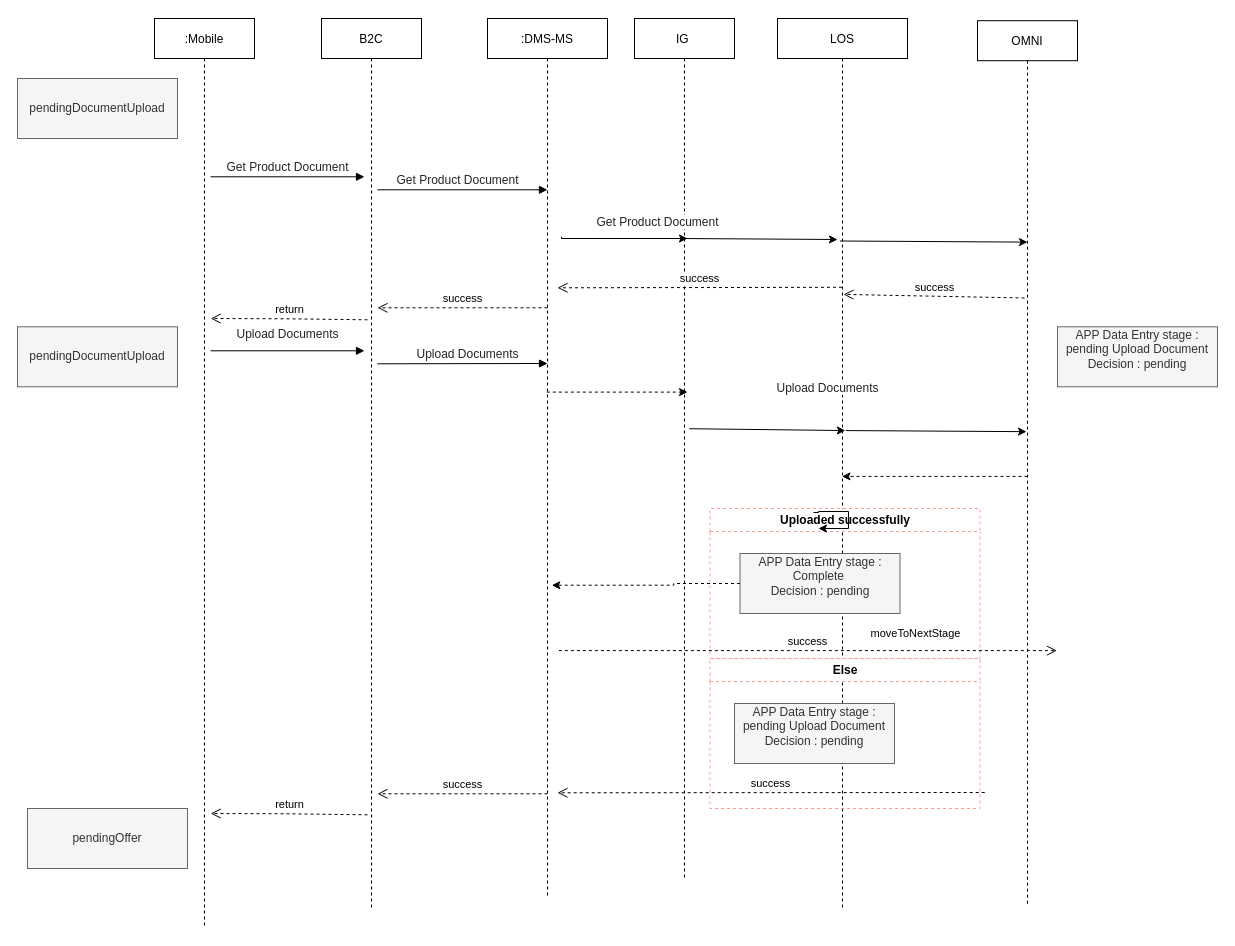
Above: page "Upload Document Flow" (14 of 18) of Migration Onboarding & origination Flow .drawio in MHosnii/DrawIo (draw.io), before the change. Source tidied: cells renumbered, new cells numbered last; positions are measured from the earlier drawing's top-left corner, leaving out a move shared by most shapes. Both pictures are drawn from the tidied source at 100%, with x=0, y=0 at pixel (17, 18).
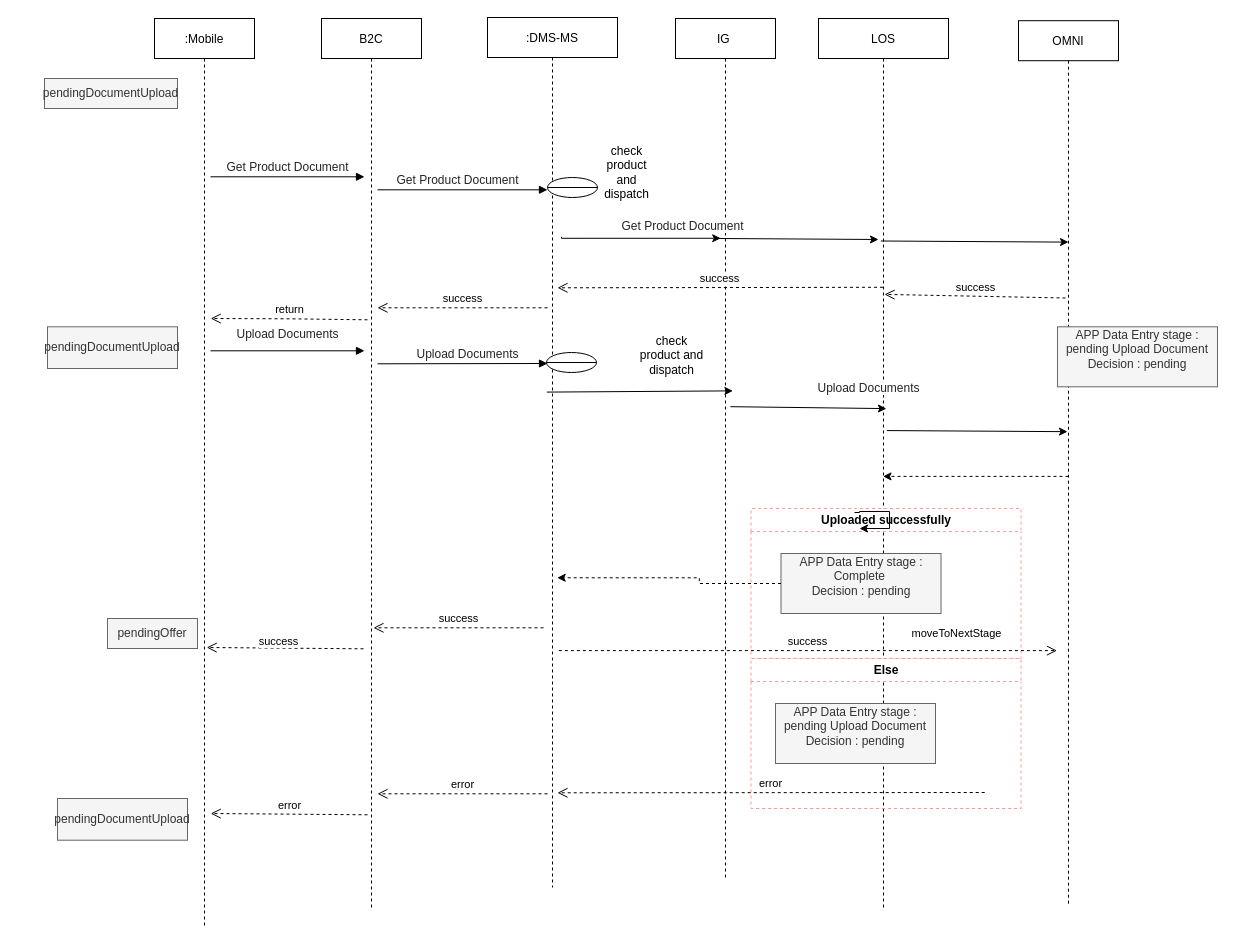
The same page after the edit.

The change refers to these unchanged cells:
```xml
<mxCell id="2" value=":Mobile" style="shape=umlLifeline;perimeter=lifelinePerimeter;rounded=0;shadow=0;strokeWidth=1;" parent="1" vertex="1">
  <mxGeometry x="137" width="100" height="910" as="geometry" />
</mxCell>
```

The edit, as a diff of the source:
```diff
@@
     <mxCell id="3" value="pendingDocumentUpload" style="text;html=1;align=center;verticalAlign=middle;whiteSpace=wrap;rounded=0;fillColor=#f5f5f5;fontColor=#333333;strokeColor=#666666;" parent="2" vertex="1">
-      <mxGeometry x="-137" y="60" width="160" height="60" as="geometry" />
+      <mxGeometry x="-110" y="60" width="133" height="30" as="geometry" />
     </mxCell>
+    <mxCell id="21" value="pendingOffer" style="text;html=1;align=center;verticalAlign=middle;whiteSpace=wrap;rounded=0;fillColor=#f5f5f5;fontColor=#333333;strokeColor=#666666;" parent="2" vertex="1">
+      <mxGeometry x="-47" y="600" width="90" height="30" as="geometry" />
+    </mxCell>
@@
     <mxCell id="5" value="IG " style="shape=umlLifeline;perimeter=lifelinePerimeter;rounded=0;shadow=0;strokeWidth=1;" parent="1" vertex="1">
-      <mxGeometry x="617" width="100" height="860" as="geometry" />
+      <mxGeometry x="658" width="100" height="860" as="geometry" />
     </mxCell>
@@
+    <mxCell id="40" value="check product and dispatch" style="text;html=1;align=center;verticalAlign=middle;whiteSpace=wrap;rounded=0;" parent="5" vertex="1">
+      <mxGeometry x="-37" y="314.2" width="67" height="45.8" as="geometry" />
+    </mxCell>
     <mxCell id="7" value="LOS" style="shape=umlLifeline;perimeter=lifelinePerimeter;rounded=0;shadow=0;strokeWidth=1;" parent="1" vertex="1">
-      <mxGeometry x="760" width="130" height="890" as="geometry" />
+      <mxGeometry x="801" width="130" height="890" as="geometry" />
     </mxCell>
@@
     <mxCell id="13" value=":DMS-MS" style="shape=umlLifeline;perimeter=lifelinePerimeter;rounded=0;shadow=0;strokeWidth=1;" parent="1" vertex="1">
-      <mxGeometry x="470" width="120" height="880" as="geometry" />
+      <mxGeometry x="470" y="-1" width="130" height="870" as="geometry" />
     </mxCell>
+    <mxCell id="41" style="shape=lineEllipse;perimeter=ellipsePerimeter;whiteSpace=wrap;html=1;backgroundOutline=1;" parent="13" vertex="1">
+      <mxGeometry x="60" y="160" width="50" height="20" as="geometry" />
+    </mxCell>
+    <mxCell id="42" value="check product and dispatch" style="text;html=1;align=center;verticalAlign=middle;whiteSpace=wrap;rounded=0;" parent="13" vertex="1">
+      <mxGeometry x="109" y="130" width="61" height="50" as="geometry" />
+    </mxCell>
+    <mxCell id="43" style="shape=lineEllipse;perimeter=ellipsePerimeter;whiteSpace=wrap;html=1;backgroundOutline=1;" parent="13" vertex="1">
+      <mxGeometry x="59" y="335" width="50" height="20" as="geometry" />
+    </mxCell>
-    <mxCell id="14" value="success" style="html=1;verticalAlign=bottom;endArrow=open;dashed=1;endSize=8;exitX=-0.28;exitY=0.96;exitDx=0;exitDy=0;exitPerimeter=0;entryX=1.1;entryY=0.236;entryDx=0;entryDy=0;entryPerimeter=0;" parent="1" edge="1">
+    <mxCell id="14" value="error" style="html=1;verticalAlign=bottom;endArrow=open;dashed=1;endSize=8;exitX=-0.28;exitY=0.96;exitDx=0;exitDy=0;exitPerimeter=0;entryX=1.1;entryY=0.236;entryDx=0;entryDy=0;entryPerimeter=0;" parent="1" edge="1">
       <mxGeometry relative="1" as="geometry">
         <mxPoint x="967.2" y="774" as="sourcePoint" />
         <mxPoint x="540" y="774.3" as="targetPoint" />
       </mxGeometry>
     </mxCell>
-    <mxCell id="15" style="rounded=0;jettySize=auto;html=1;entryX=0.522;entryY=0.463;entryDx=0;entryDy=0;entryPerimeter=0;exitX=0.549;exitY=0.477;exitDx=0;exitDy=0;exitPerimeter=0;" parent="1" edge="1" source="5" target="7">
-      <mxGeometry relative="1" as="geometry" />
+    <mxCell id="15" style="rounded=0;orthogonalLoop=1;jettySize=auto;html=1;entryX=0.522;entryY=0.463;entryDx=0;entryDy=0;entryPerimeter=0;exitX=0.549;exitY=0.477;exitDx=0;exitDy=0;exitPerimeter=0;" parent="1" edge="1">
+      <mxGeometry relative="1" as="geometry">
+        <mxPoint x="712.9" y="388.2" as="sourcePoint" />
+        <mxPoint x="868.9" y="390.1" as="targetPoint" />
+      </mxGeometry>
     </mxCell>
-    <mxCell id="16" style="rounded=0;orthogonalLoop=1;jettySize=auto;html=1;entryX=0.53;entryY=0.453;entryDx=0;entryDy=0;entryPerimeter=0;dashed=1;" parent="1" edge="1">
+    <mxCell id="16" style="rounded=0;jettySize=auto;html=1;entryX=0.574;entryY=0.433;entryDx=0;entryDy=0;entryPerimeter=0;" parent="1" edge="1" target="5">
       <mxGeometry relative="1" as="geometry">
         <mxPoint x="529.3" y="373.6" as="sourcePoint" />
-        <mxPoint x="670" y="373.6" as="targetPoint" />
       </mxGeometry>
     </mxCell>
     <mxCell id="17" value="OMNI" style="shape=umlLifeline;perimeter=lifelinePerimeter;rounded=0;shadow=0;strokeWidth=1;" parent="1" vertex="1">
-      <mxGeometry x="960" y="2.2" width="100" height="885.7" as="geometry" />
+      <mxGeometry x="1001" y="2.2" width="100" height="885.7" as="geometry" />
     </mxCell>
@@
-    <mxCell id="21" value="pendingOffer" style="text;html=1;align=center;verticalAlign=middle;whiteSpace=wrap;rounded=0;fillColor=#f5f5f5;fontColor=#333333;strokeColor=#666666;" parent="1" vertex="1">
-      <mxGeometry x="10" y="790" width="160" height="60" as="geometry" />
-    </mxCell>
     <mxCell id="22" value="pendingDocumentUpload" style="text;html=1;align=center;verticalAlign=middle;whiteSpace=wrap;rounded=0;fillColor=#f5f5f5;fontColor=#333333;strokeColor=#666666;" parent="1" vertex="1">
-      <mxGeometry y="308.3" width="160" height="60" as="geometry" />
+      <mxGeometry x="30" y="308.3" width="130" height="41.7" as="geometry" />
     </mxCell>
@@
     <mxCell id="25" value="&lt;span style=&quot;color: rgb(36 , 36 , 36) ; background-color: rgb(255 , 255 , 255)&quot;&gt;Get Product Document&lt;/span&gt;" style="text;html=1;align=center;verticalAlign=middle;points=[];strokeColor=none;" parent="1" vertex="1">
-      <mxGeometry x="570" y="194.3" width="140" height="20" as="geometry" />
+      <mxGeometry x="595" y="198.3" width="140" height="20" as="geometry" />
     </mxCell>
@@
-    <mxCell id="27" style="edgeStyle=orthogonalEdgeStyle;rounded=0;orthogonalLoop=1;jettySize=auto;html=1;" parent="1" edge="1">
+    <mxCell id="27" style="edgeStyle=orthogonalEdgeStyle;rounded=0;jettySize=auto;html=1;entryX=0.773;entryY=1.073;entryDx=0;entryDy=0;entryPerimeter=0;" parent="1" edge="1" target="25">
       <mxGeometry relative="1" as="geometry">
         <mxPoint x="544" y="218.3" as="sourcePoint" />
-        <mxPoint x="670" y="220" as="targetPoint" />
         <Array as="points">
-          <mxPoint x="544" y="220.3" />
+          <mxPoint x="544" y="220" />
         </Array>
       </mxGeometry>
     </mxCell>
@@
     <mxCell id="32" value="&lt;span style=&quot;color: rgb(36 , 36 , 36) ; background-color: rgb(255 , 255 , 255)&quot;&gt;Upload Documents&lt;/span&gt;" style="text;html=1;align=center;verticalAlign=middle;strokeColor=none;" parent="1" vertex="1">
-      <mxGeometry x="750" y="360.3" width="120" height="20" as="geometry" />
+      <mxGeometry x="791" y="360.3" width="120" height="20" as="geometry" />
     </mxCell>
-    <mxCell id="33" value="return" style="html=1;verticalAlign=bottom;endArrow=open;dashed=1;endSize=8;entryX=1.12;entryY=0.976;entryDx=0;entryDy=0;entryPerimeter=0;" parent="1" edge="1">
+    <mxCell id="33" value="error" style="html=1;verticalAlign=bottom;endArrow=open;dashed=1;endSize=8;entryX=1.12;entryY=0.976;entryDx=0;entryDy=0;entryPerimeter=0;" parent="1" edge="1">
       <mxGeometry relative="1" as="geometry">
         <mxPoint x="350" y="796.3" as="sourcePoint" />
         <mxPoint x="193.2" y="795" as="targetPoint" />
-        <Array as="points">
-          <mxPoint x="270" y="795.3" />
-        </Array>
       </mxGeometry>
     </mxCell>
-    <mxCell id="34" value="success" style="html=1;verticalAlign=bottom;endArrow=open;dashed=1;endSize=8;" parent="1" edge="1">
+    <mxCell id="34" value="error" style="html=1;verticalAlign=bottom;endArrow=open;dashed=1;endSize=8;" parent="1" edge="1">
       <mxGeometry relative="1" as="geometry">
         <mxPoint x="530" y="775.3" as="sourcePoint" />
         <mxPoint x="360" y="775.3" as="targetPoint" />
       </mxGeometry>
     </mxCell>
     <mxCell id="35" style="edgeStyle=orthogonalEdgeStyle;rounded=0;orthogonalLoop=1;jettySize=auto;html=1;entryX=1;entryY=0.567;entryDx=0;entryDy=0;entryPerimeter=0;exitX=0.975;exitY=0.033;exitDx=0;exitDy=0;exitPerimeter=0;" parent="1" edge="1">
       <mxGeometry relative="1" as="geometry">
-        <mxPoint x="796" y="494" as="sourcePoint" />
-        <mxPoint x="801" y="510" as="targetPoint" />
+        <mxPoint x="837" y="494" as="sourcePoint" />
+        <mxPoint x="842" y="510" as="targetPoint" />
         <Array as="points">
-          <mxPoint x="801" y="494" />
-          <mxPoint x="801" y="493" />
-          <mxPoint x="831" y="493" />
-          <mxPoint x="831" y="510" />
+          <mxPoint x="842" y="494" />
+          <mxPoint x="842" y="493" />
+          <mxPoint x="872" y="493" />
+          <mxPoint x="872" y="510" />
         </Array>
       </mxGeometry>
     </mxCell>
@@
+    <mxCell id="44" style="html=1;verticalAlign=bottom;endArrow=open;dashed=1;endSize=8;entryX=1.12;entryY=0.976;entryDx=0;entryDy=0;entryPerimeter=0;" parent="1" edge="1">
+      <mxGeometry relative="1" as="geometry">
+        <mxPoint x="346" y="630.3" as="sourcePoint" />
+        <mxPoint x="189.2" y="629" as="targetPoint" />
+      </mxGeometry>
+    </mxCell>
+    <mxCell id="45" value="success" style="edgeLabel;html=1;align=center;verticalAlign=middle;" parent="44" vertex="1">
+      <mxGeometry x="0.1" y="-7" relative="1" as="geometry" />
+    </mxCell>
+    <mxCell id="46" value="success" style="html=1;verticalAlign=bottom;endArrow=open;dashed=1;endSize=8;" parent="1" edge="1">
+      <mxGeometry relative="1" as="geometry">
+        <mxPoint x="526" y="609.3" as="sourcePoint" />
+        <mxPoint x="356" y="609.3" as="targetPoint" />
+      </mxGeometry>
+    </mxCell>
+    <mxCell id="47" value="pendingDocumentUpload" style="text;html=1;align=center;verticalAlign=middle;whiteSpace=wrap;rounded=0;fillColor=#f5f5f5;fontColor=#333333;strokeColor=#666666;" parent="1" vertex="1">
+      <mxGeometry x="40" y="780" width="130" height="41.7" as="geometry" />
+    </mxCell>
```
